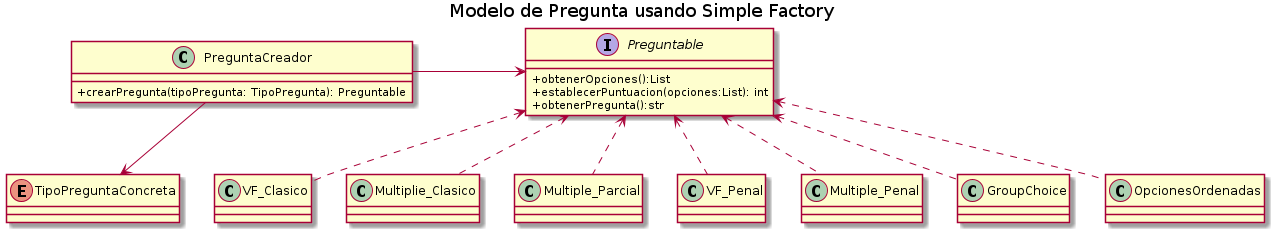
The PlantUML diagram doc/Diagramas/Diagramas_Clase/pregunta/pregunta/Modelo de Pregunta usando Simple Factory.png in gylopezgiles/TP2, before a commit.
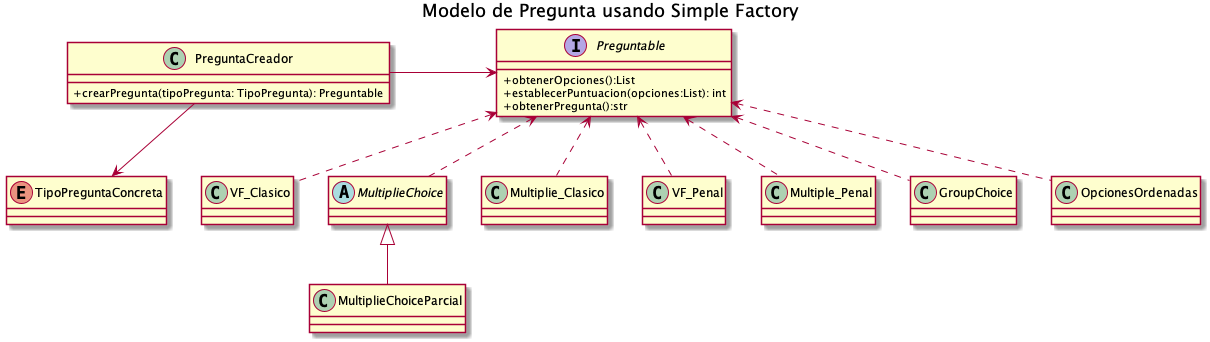
The same diagram one commit later.

Commit message:
agrego diagrama de secuencia para MultipleChoice Parcial creacion

Change to the diagram source:
```diff
@@ -19,11 +19,15 @@
 class VF_Clasico{
 }
 
+abstract class MultiplieChoice{
+
+}
+
 class Multiplie_Clasico{
 
 }
 
-class Multiple_Parcial{
+class MultiplieChoiceParcial{
 
 }
 
@@ -51,7 +55,8 @@
 
 Preguntable <.. VF_Clasico
 Preguntable <.. Multiplie_Clasico
-Preguntable <.. Multiple_Parcial
+Preguntable <.. MultiplieChoice
+MultiplieChoice <|-- MultiplieChoiceParcial
 
 Preguntable <.. GroupChoice
 Preguntable <.. OpcionesOrdenadas
```
